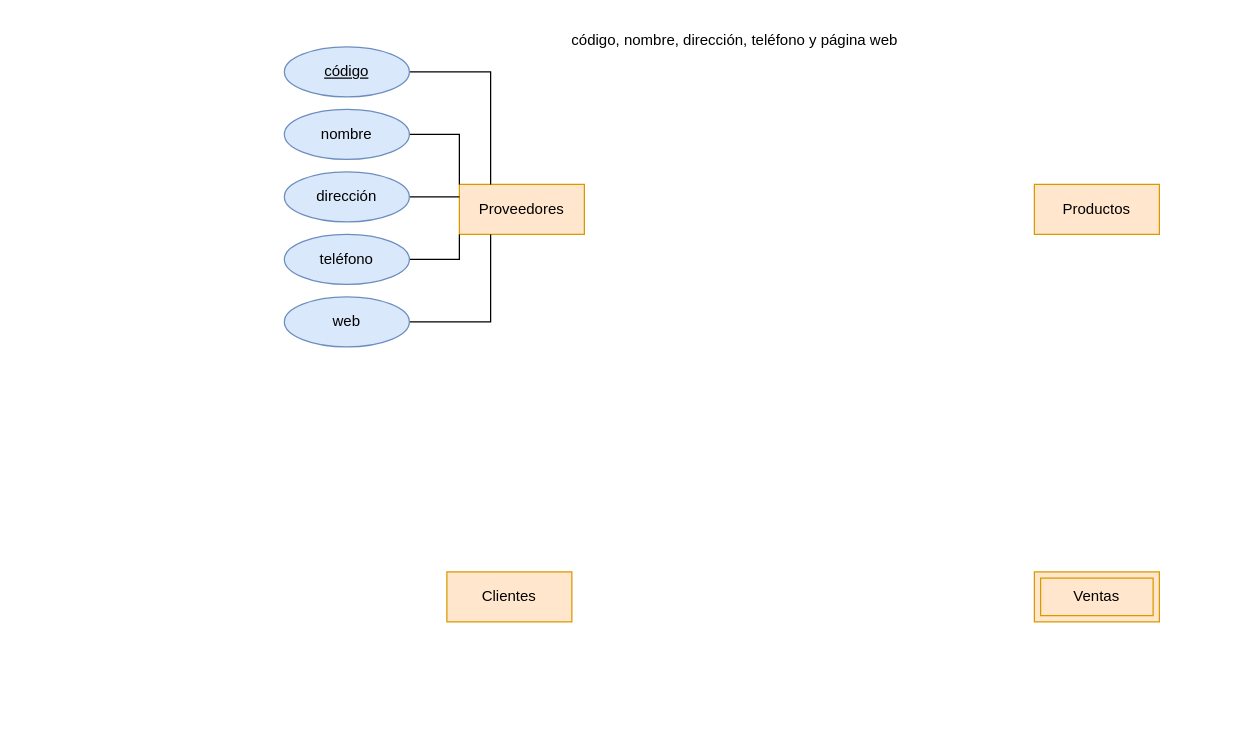
Above: Gestión_de_Bases_de_datos/ER/Gestión de ventas.drawio in soystargaze/ASIR (draw.io), before the change. Source tidied: cells renumbered, new cells numbered last; positions are measured from the earlier drawing's top-left corner, leaving out a move shared by most shapes. Both pictures are drawn from the tidied source at 125%, with x=0, y=0 at pixel (284, 21).
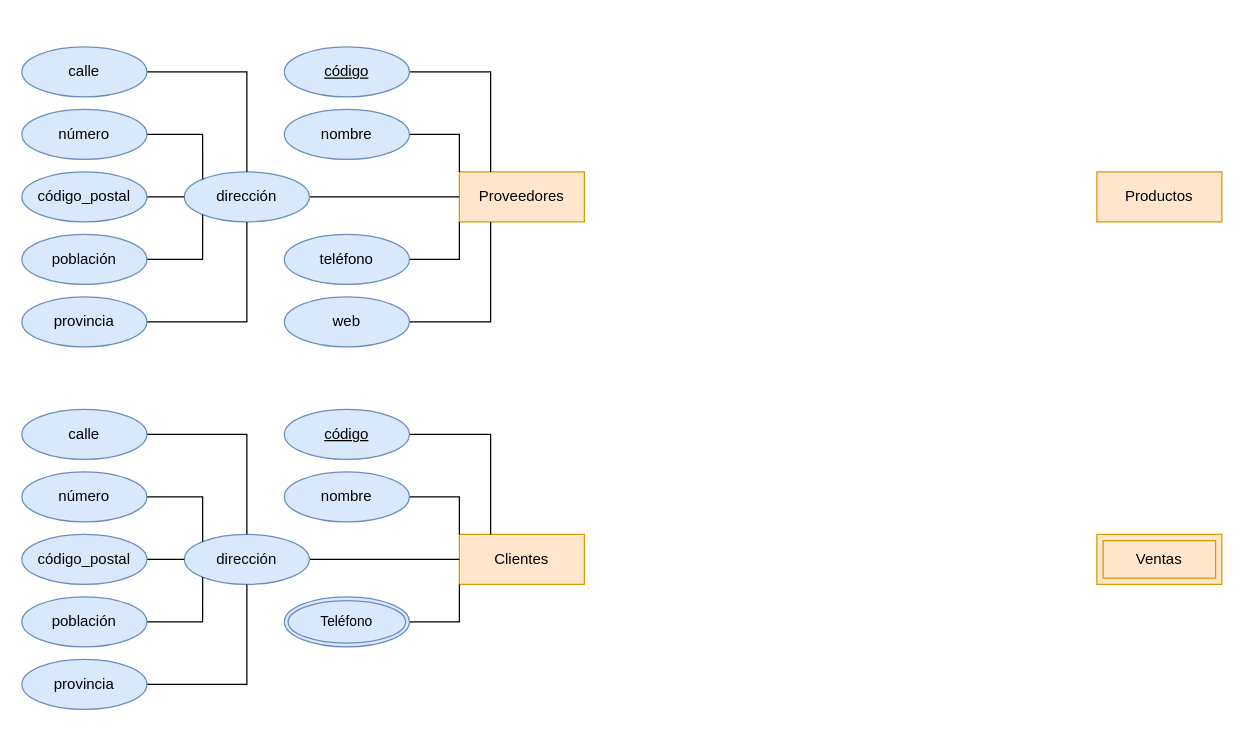
The same page after the edit.

Change to the diagram source:
```diff
@@
     <mxCell id="2" value="Proveedores" style="whiteSpace=wrap;html=1;align=center;fillColor=#ffe6cc;strokeColor=#d79b00;" parent="1" vertex="1">
-      <mxGeometry x="140" y="130" width="100" height="40" as="geometry" />
+      <mxGeometry x="140" y="120" width="100" height="40" as="geometry" />
     </mxCell>
-    <mxCell id="3" value="Clientes" style="whiteSpace=wrap;html=1;align=center;fillColor=#ffe6cc;strokeColor=#d79b00;" parent="1" vertex="1">
-      <mxGeometry x="130" y="440" width="100" height="40" as="geometry" />
-    </mxCell>
     <mxCell id="4" value="Productos" style="whiteSpace=wrap;html=1;align=center;fillColor=#ffe6cc;strokeColor=#d79b00;" parent="1" vertex="1">
-      <mxGeometry x="600" y="130" width="100" height="40" as="geometry" />
+      <mxGeometry x="650" y="120" width="100" height="40" as="geometry" />
     </mxCell>
     <mxCell id="5" value="Ventas" style="shape=ext;margin=3;double=1;whiteSpace=wrap;html=1;align=center;fillColor=#ffe6cc;strokeColor=#d79b00;" parent="1" vertex="1">
-      <mxGeometry x="600" y="440" width="100" height="40" as="geometry" />
+      <mxGeometry x="650" y="410" width="100" height="40" as="geometry" />
     </mxCell>
-    <mxCell id="6" value="código, nombre, dirección, teléfono y página web" style="text;html=1;align=center;verticalAlign=middle;strokeColor=none;fillColor=none;" parent="1" vertex="1">
-      <mxGeometry x="220" width="280" height="30" as="geometry" />
-    </mxCell>
@@
-    <mxCell id="13" style="edgeStyle=orthogonalEdgeStyle;shape=connector;rounded=0;jettySize=auto;html=1;exitX=1;exitY=0.5;exitDx=0;exitDy=0;entryX=0;entryY=0.25;entryDx=0;entryDy=0;labelBackgroundColor=default;strokeColor=default;align=center;verticalAlign=middle;fontFamily=Helvetica;fontSize=11;fontColor=default;endArrow=none;endFill=0;" parent="1" edge="1" source="14" target="2">
+    <mxCell id="13" style="edgeStyle=orthogonalEdgeStyle;shape=connector;rounded=0;jettySize=auto;html=1;exitX=1;exitY=0.5;exitDx=0;exitDy=0;entryX=0;entryY=0.5;entryDx=0;entryDy=0;labelBackgroundColor=default;strokeColor=default;align=center;verticalAlign=middle;fontFamily=Helvetica;fontSize=11;fontColor=default;endArrow=none;endFill=0;" parent="1" edge="1" source="14" target="2">
       <mxGeometry relative="1" as="geometry" />
     </mxCell>
     <mxCell id="14" value="dirección" style="ellipse;whiteSpace=wrap;html=1;align=center;fillColor=#dae8fc;strokeColor=#6c8ebf;" parent="1" vertex="1">
-      <mxGeometry y="120" width="100" height="40" as="geometry" />
+      <mxGeometry x="-80" y="120" width="100" height="40" as="geometry" />
     </mxCell>
@@
+    <mxCell id="17" style="edgeStyle=orthogonalEdgeStyle;shape=connector;rounded=0;jettySize=auto;html=1;exitX=1;exitY=0.5;exitDx=0;exitDy=0;entryX=0.5;entryY=0;entryDx=0;entryDy=0;labelBackgroundColor=default;strokeColor=default;align=center;verticalAlign=middle;fontFamily=Helvetica;fontSize=11;fontColor=default;endArrow=none;endFill=0;" parent="1" edge="1" source="18" target="14">
+      <mxGeometry relative="1" as="geometry" />
+    </mxCell>
+    <mxCell id="18" value="calle" style="ellipse;whiteSpace=wrap;html=1;align=center;fillColor=#dae8fc;strokeColor=#6c8ebf;" parent="1" vertex="1">
+      <mxGeometry x="-210" y="20" width="100" height="40" as="geometry" />
+    </mxCell>
+    <mxCell id="19" style="edgeStyle=orthogonalEdgeStyle;shape=connector;rounded=0;jettySize=auto;html=1;exitX=1;exitY=0.5;exitDx=0;exitDy=0;entryX=0;entryY=0;entryDx=0;entryDy=0;labelBackgroundColor=default;strokeColor=default;align=center;verticalAlign=middle;fontFamily=Helvetica;fontSize=11;fontColor=default;endArrow=none;endFill=0;" parent="1" edge="1" source="20" target="14">
+      <mxGeometry relative="1" as="geometry" />
+    </mxCell>
+    <mxCell id="20" value="número" style="ellipse;whiteSpace=wrap;html=1;align=center;fillColor=#dae8fc;strokeColor=#6c8ebf;" parent="1" vertex="1">
+      <mxGeometry x="-210" y="70" width="100" height="40" as="geometry" />
+    </mxCell>
+    <mxCell id="21" style="edgeStyle=orthogonalEdgeStyle;shape=connector;rounded=0;jettySize=auto;html=1;exitX=1;exitY=0.5;exitDx=0;exitDy=0;entryX=0;entryY=0.5;entryDx=0;entryDy=0;labelBackgroundColor=default;strokeColor=default;align=center;verticalAlign=middle;fontFamily=Helvetica;fontSize=11;fontColor=default;endArrow=none;endFill=0;" parent="1" edge="1" source="22" target="14">
+      <mxGeometry relative="1" as="geometry" />
+    </mxCell>
+    <mxCell id="22" value="código_postal" style="ellipse;whiteSpace=wrap;html=1;align=center;fillColor=#dae8fc;strokeColor=#6c8ebf;" parent="1" vertex="1">
+      <mxGeometry x="-210" y="120" width="100" height="40" as="geometry" />
+    </mxCell>
+    <mxCell id="23" style="edgeStyle=orthogonalEdgeStyle;shape=connector;rounded=0;jettySize=auto;html=1;exitX=1;exitY=0.5;exitDx=0;exitDy=0;entryX=0;entryY=1;entryDx=0;entryDy=0;labelBackgroundColor=default;strokeColor=default;align=center;verticalAlign=middle;fontFamily=Helvetica;fontSize=11;fontColor=default;endArrow=none;endFill=0;" parent="1" edge="1" source="24" target="14">
+      <mxGeometry relative="1" as="geometry" />
+    </mxCell>
+    <mxCell id="24" value="población" style="ellipse;whiteSpace=wrap;html=1;align=center;fillColor=#dae8fc;strokeColor=#6c8ebf;" parent="1" vertex="1">
+      <mxGeometry x="-210" y="170" width="100" height="40" as="geometry" />
+    </mxCell>
+    <mxCell id="25" style="edgeStyle=orthogonalEdgeStyle;shape=connector;rounded=0;jettySize=auto;html=1;exitX=1;exitY=0.5;exitDx=0;exitDy=0;entryX=0.5;entryY=1;entryDx=0;entryDy=0;labelBackgroundColor=default;strokeColor=default;align=center;verticalAlign=middle;fontFamily=Helvetica;fontSize=11;fontColor=default;endArrow=none;endFill=0;" parent="1" edge="1" source="26" target="14">
+      <mxGeometry relative="1" as="geometry" />
+    </mxCell>
+    <mxCell id="26" value="provincia" style="ellipse;whiteSpace=wrap;html=1;align=center;fillColor=#dae8fc;strokeColor=#6c8ebf;" parent="1" vertex="1">
+      <mxGeometry x="-210" y="220" width="100" height="40" as="geometry" />
+    </mxCell>
+    <mxCell id="3" value="Clientes" style="whiteSpace=wrap;html=1;align=center;fillColor=#ffe6cc;strokeColor=#d79b00;" parent="1" vertex="1">
+      <mxGeometry x="140" y="410" width="100" height="40" as="geometry" />
+    </mxCell>
+    <mxCell id="27" style="edgeStyle=orthogonalEdgeStyle;rounded=0;jettySize=auto;html=1;exitX=1;exitY=0.5;exitDx=0;exitDy=0;entryX=0.25;entryY=0;entryDx=0;entryDy=0;endArrow=none;endFill=0;" parent="1" edge="1" source="28" target="3">
+      <mxGeometry relative="1" as="geometry" />
+    </mxCell>
+    <mxCell id="28" value="código" style="ellipse;whiteSpace=wrap;html=1;align=center;fillColor=#dae8fc;strokeColor=#6c8ebf;fontStyle=4;" parent="1" vertex="1">
+      <mxGeometry y="310" width="100" height="40" as="geometry" />
+    </mxCell>
+    <mxCell id="29" style="edgeStyle=orthogonalEdgeStyle;shape=connector;rounded=0;jettySize=auto;html=1;exitX=1;exitY=0.5;exitDx=0;exitDy=0;entryX=0;entryY=0;entryDx=0;entryDy=0;labelBackgroundColor=default;strokeColor=default;align=center;verticalAlign=middle;fontFamily=Helvetica;fontSize=11;fontColor=default;endArrow=none;endFill=0;" parent="1" edge="1" source="30" target="3">
+      <mxGeometry relative="1" as="geometry" />
+    </mxCell>
+    <mxCell id="30" value="nombre" style="ellipse;whiteSpace=wrap;html=1;align=center;fillColor=#dae8fc;strokeColor=#6c8ebf;" parent="1" vertex="1">
+      <mxGeometry y="360" width="100" height="40" as="geometry" />
+    </mxCell>
+    <mxCell id="31" style="edgeStyle=orthogonalEdgeStyle;shape=connector;rounded=0;jettySize=auto;html=1;exitX=1;exitY=0.5;exitDx=0;exitDy=0;entryX=0;entryY=0.5;entryDx=0;entryDy=0;labelBackgroundColor=default;strokeColor=default;align=center;verticalAlign=middle;fontFamily=Helvetica;fontSize=11;fontColor=default;endArrow=none;endFill=0;" parent="1" edge="1" source="32" target="3">
+      <mxGeometry relative="1" as="geometry" />
+    </mxCell>
+    <mxCell id="32" value="dirección" style="ellipse;whiteSpace=wrap;html=1;align=center;fillColor=#dae8fc;strokeColor=#6c8ebf;" parent="1" vertex="1">
+      <mxGeometry x="-80" y="410" width="100" height="40" as="geometry" />
+    </mxCell>
+    <mxCell id="33" style="edgeStyle=orthogonalEdgeStyle;shape=connector;rounded=0;jettySize=auto;html=1;exitX=1;exitY=0.5;exitDx=0;exitDy=0;entryX=0.5;entryY=0;entryDx=0;entryDy=0;labelBackgroundColor=default;strokeColor=default;align=center;verticalAlign=middle;fontFamily=Helvetica;fontSize=11;fontColor=default;endArrow=none;endFill=0;" parent="1" edge="1" source="34" target="32">
+      <mxGeometry relative="1" as="geometry" />
+    </mxCell>
+    <mxCell id="34" value="calle" style="ellipse;whiteSpace=wrap;html=1;align=center;fillColor=#dae8fc;strokeColor=#6c8ebf;" parent="1" vertex="1">
+      <mxGeometry x="-210" y="310" width="100" height="40" as="geometry" />
+    </mxCell>
+    <mxCell id="35" style="edgeStyle=orthogonalEdgeStyle;shape=connector;rounded=0;jettySize=auto;html=1;exitX=1;exitY=0.5;exitDx=0;exitDy=0;entryX=0;entryY=0;entryDx=0;entryDy=0;labelBackgroundColor=default;strokeColor=default;align=center;verticalAlign=middle;fontFamily=Helvetica;fontSize=11;fontColor=default;endArrow=none;endFill=0;" parent="1" edge="1" source="36" target="32">
+      <mxGeometry relative="1" as="geometry" />
+    </mxCell>
+    <mxCell id="36" value="número" style="ellipse;whiteSpace=wrap;html=1;align=center;fillColor=#dae8fc;strokeColor=#6c8ebf;" parent="1" vertex="1">
+      <mxGeometry x="-210" y="360" width="100" height="40" as="geometry" />
+    </mxCell>
+    <mxCell id="37" style="edgeStyle=orthogonalEdgeStyle;shape=connector;rounded=0;jettySize=auto;html=1;exitX=1;exitY=0.5;exitDx=0;exitDy=0;entryX=0;entryY=0.5;entryDx=0;entryDy=0;labelBackgroundColor=default;strokeColor=default;align=center;verticalAlign=middle;fontFamily=Helvetica;fontSize=11;fontColor=default;endArrow=none;endFill=0;" parent="1" edge="1" source="38" target="32">
+      <mxGeometry relative="1" as="geometry" />
+    </mxCell>
+    <mxCell id="38" value="código_postal" style="ellipse;whiteSpace=wrap;html=1;align=center;fillColor=#dae8fc;strokeColor=#6c8ebf;" parent="1" vertex="1">
+      <mxGeometry x="-210" y="410" width="100" height="40" as="geometry" />
+    </mxCell>
+    <mxCell id="39" style="edgeStyle=orthogonalEdgeStyle;shape=connector;rounded=0;jettySize=auto;html=1;exitX=1;exitY=0.5;exitDx=0;exitDy=0;entryX=0;entryY=1;entryDx=0;entryDy=0;labelBackgroundColor=default;strokeColor=default;align=center;verticalAlign=middle;fontFamily=Helvetica;fontSize=11;fontColor=default;endArrow=none;endFill=0;" parent="1" edge="1" source="40" target="32">
+      <mxGeometry relative="1" as="geometry" />
+    </mxCell>
+    <mxCell id="40" value="población" style="ellipse;whiteSpace=wrap;html=1;align=center;fillColor=#dae8fc;strokeColor=#6c8ebf;" parent="1" vertex="1">
+      <mxGeometry x="-210" y="460" width="100" height="40" as="geometry" />
+    </mxCell>
+    <mxCell id="41" style="edgeStyle=orthogonalEdgeStyle;shape=connector;rounded=0;jettySize=auto;html=1;exitX=1;exitY=0.5;exitDx=0;exitDy=0;entryX=0.5;entryY=1;entryDx=0;entryDy=0;labelBackgroundColor=default;strokeColor=default;align=center;verticalAlign=middle;fontFamily=Helvetica;fontSize=11;fontColor=default;endArrow=none;endFill=0;" parent="1" edge="1" source="42" target="32">
+      <mxGeometry relative="1" as="geometry" />
+    </mxCell>
+    <mxCell id="42" value="provincia" style="ellipse;whiteSpace=wrap;html=1;align=center;fillColor=#dae8fc;strokeColor=#6c8ebf;" parent="1" vertex="1">
+      <mxGeometry x="-210" y="510" width="100" height="40" as="geometry" />
+    </mxCell>
+    <mxCell id="43" style="edgeStyle=orthogonalEdgeStyle;shape=connector;rounded=0;jettySize=auto;html=1;exitX=1;exitY=0.5;exitDx=0;exitDy=0;entryX=0;entryY=1;entryDx=0;entryDy=0;labelBackgroundColor=default;strokeColor=default;align=center;verticalAlign=middle;fontFamily=Helvetica;fontSize=11;fontColor=default;endArrow=none;endFill=0;" parent="1" edge="1" source="44" target="3">
+      <mxGeometry relative="1" as="geometry" />
+    </mxCell>
+    <mxCell id="44" value="Teléfono" style="ellipse;shape=doubleEllipse;margin=3;whiteSpace=wrap;html=1;align=center;fontFamily=Helvetica;fontSize=11;fillColor=#dae8fc;strokeColor=#6c8ebf;" parent="1" vertex="1">
+      <mxGeometry y="460" width="100" height="40" as="geometry" />
+    </mxCell>
```
